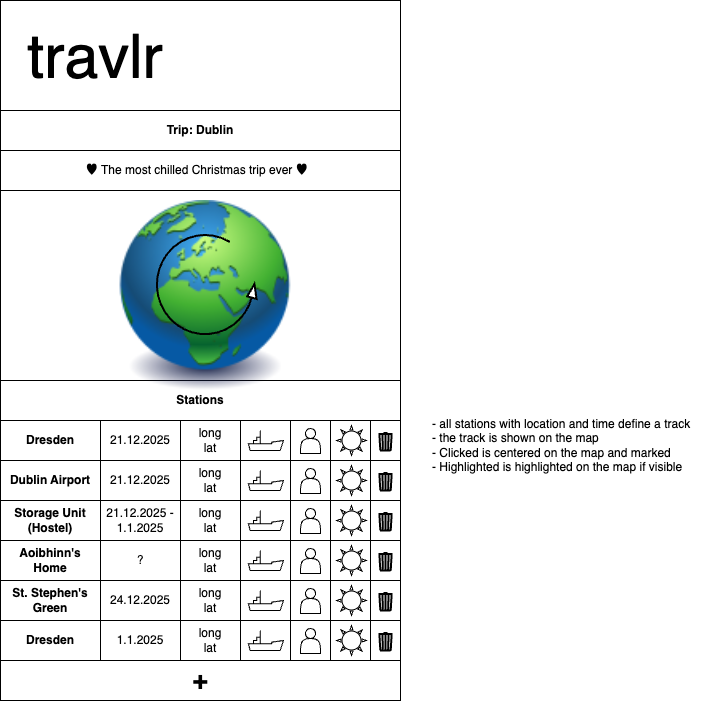
caiopeia/travlr keeps this draw.io diagram as doc/ui/trip.drawio.png. Above is the earlier version. Source tidied: cells renumbered, new cells last; positions are measured from the earlier drawing's top-left corner, leaving out a move shared by most shapes.
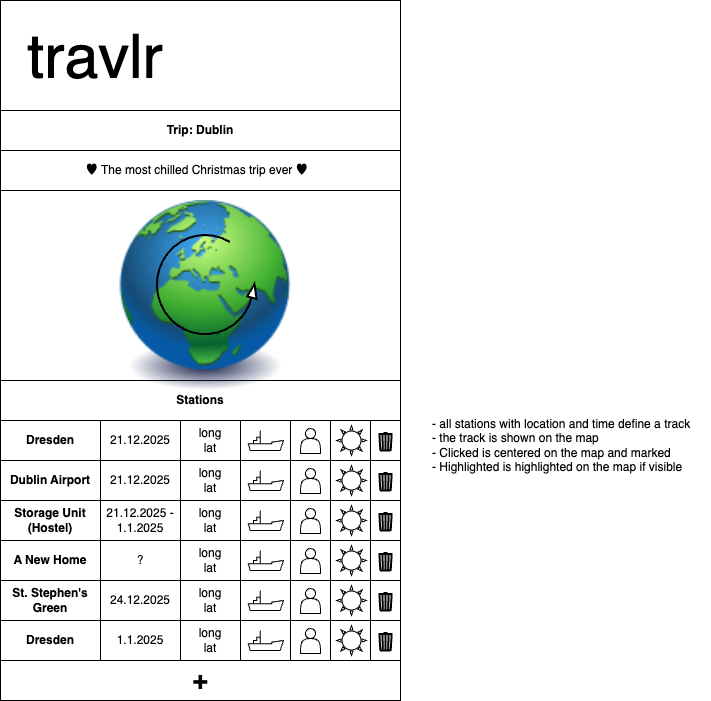
After the commit.

Diff of the diagram source:
```diff
@@ -146,7 +146,7 @@
     <mxCell id="49" style="rounded=0;whiteSpace=wrap;html=1;" parent="47" vertex="1">
       <mxGeometry width="400" height="40" as="geometry" />
     </mxCell>
-    <mxCell id="50" value="&lt;b&gt;Aoibhinn's Home&lt;/b&gt;" style="rounded=0;whiteSpace=wrap;html=1;" parent="47" vertex="1">
+    <mxCell id="50" value="&lt;b&gt;A New Home&lt;/b&gt;" style="rounded=0;whiteSpace=wrap;html=1;" parent="47" vertex="1">
       <mxGeometry width="100" height="40" as="geometry" />
     </mxCell>
     <mxCell id="51" value="?" style="rounded=0;whiteSpace=wrap;html=1;" parent="47" vertex="1">
```
